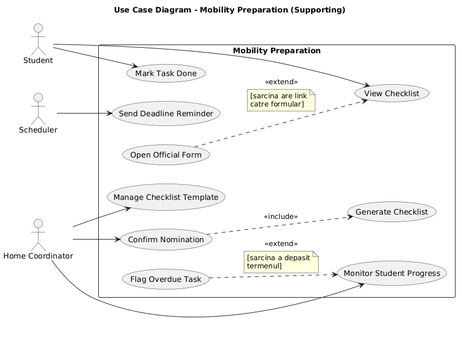
This is models/diagrams-png/usecase-mobility-preparation.png from prigo929/erasmus-mobility-platform, a PlantUML export, as it was before one commit. Its source is kept beside it as docs/diagrams/usecase-mobility-preparation.puml. The source it was exported from:
```plantuml
@startuml
title Figure 5. Use Case Diagram - Mobility Preparation (Supporting Subdomain)
left to right direction
skinparam packageStyle rectangle

actor "Student" as S
actor "Home Academic Coordinator" as HC
actor "Scheduler" as T

rectangle "Mobility Preparation" {
  usecase "Confirm Nomination" as P1
  usecase "Generate Checklist" as P2
  usecase "Manage Checklist Template" as P3
  usecase "Monitor Student Progress" as P4
  usecase "Flag Overdue Task" as P5
  usecase "View Checklist" as P6
  usecase "Open Official Form" as P8
  usecase "Mark Task Done" as P7
  usecase "Send Deadline Reminder" as P9
}

HC --> P1
HC --> P3
HC --> P4
S --> P6
S --> P7
T --> P9

P1 ..> P2 : <<include>>
P8 ..> P6 : <<extend>>
note on link : [task provides link\nto official form]
P5 ..> P4 : <<extend>>
note on link : [task exceeded\nscheduled deadline]
@enduml
```
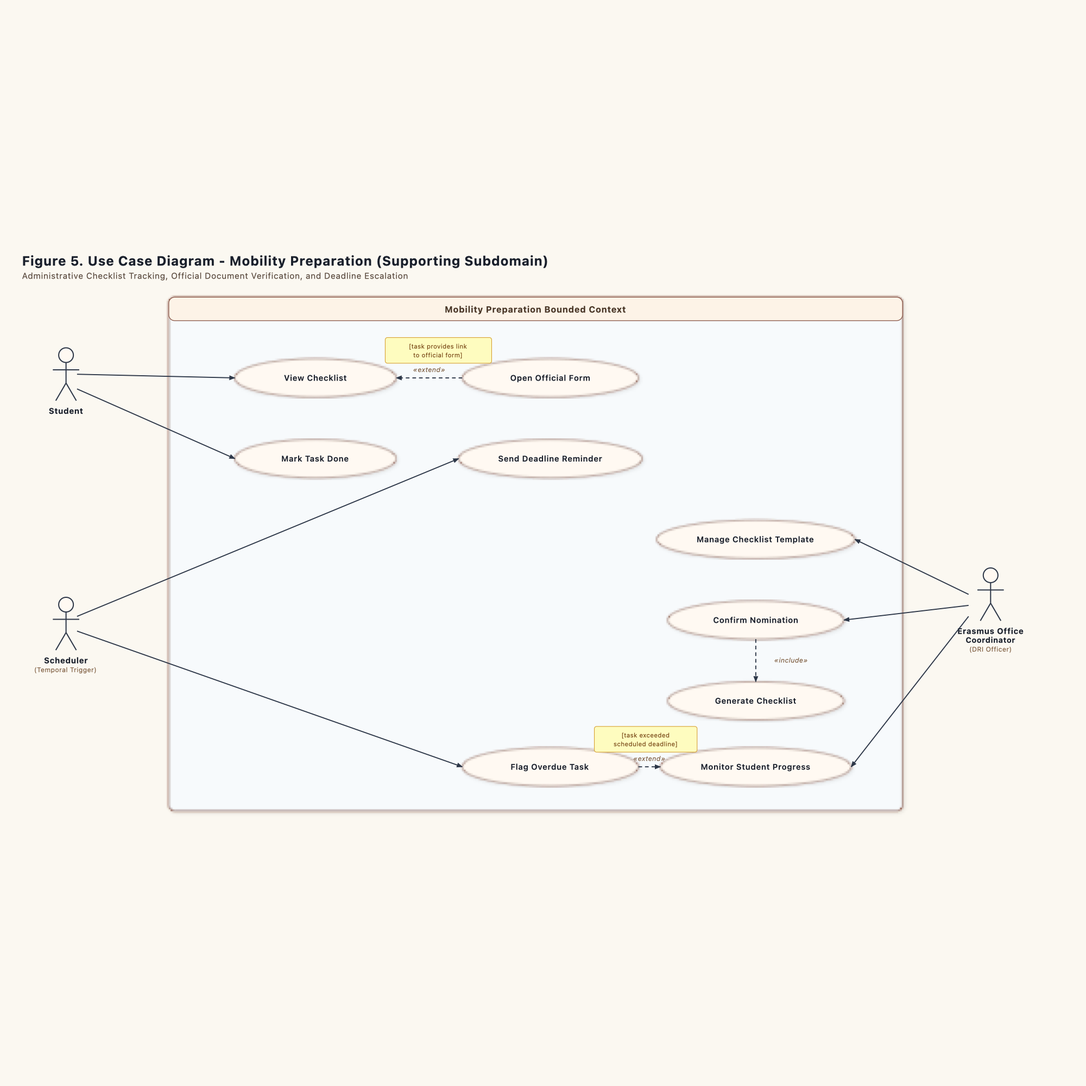
The same file after the commit.

The edit, as a diff of the source:
```diff
@@ -4,31 +4,33 @@
 skinparam packageStyle rectangle
 
 actor "Student" as S
-actor "Home Academic Coordinator" as HC
-actor "Scheduler" as T
+actor "Scheduler\n(Temporal Trigger)" as T
+actor "Erasmus Office\nCoordinator (DRI)" as HC
 
 rectangle "Mobility Preparation" {
-  usecase "Confirm Nomination" as P1
-  usecase "Generate Checklist" as P2
-  usecase "Manage Checklist Template" as P3
-  usecase "Monitor Student Progress" as P4
-  usecase "Flag Overdue Task" as P5
   usecase "View Checklist" as P6
   usecase "Open Official Form" as P8
   usecase "Mark Task Done" as P7
   usecase "Send Deadline Reminder" as P9
+  usecase "Manage Checklist Template" as P3
+  usecase "Confirm Nomination" as P1
+  usecase "Generate Checklist" as P2
+  usecase "Monitor Student Progress" as P4
+  usecase "Flag Overdue Task" as P5
 }
 
-HC --> P1
-HC --> P3
-HC --> P4
 S --> P6
 S --> P7
 T --> P9
+T --> P5
+HC --> P3
+HC --> P1
+HC --> P4
 
-P1 ..> P2 : <<include>>
 P8 ..> P6 : <<extend>>
 note on link : [task provides link\nto official form]
+P1 ..> P2 : <<include>>
 P5 ..> P4 : <<extend>>
 note on link : [task exceeded\nscheduled deadline]
+
 @enduml
```
